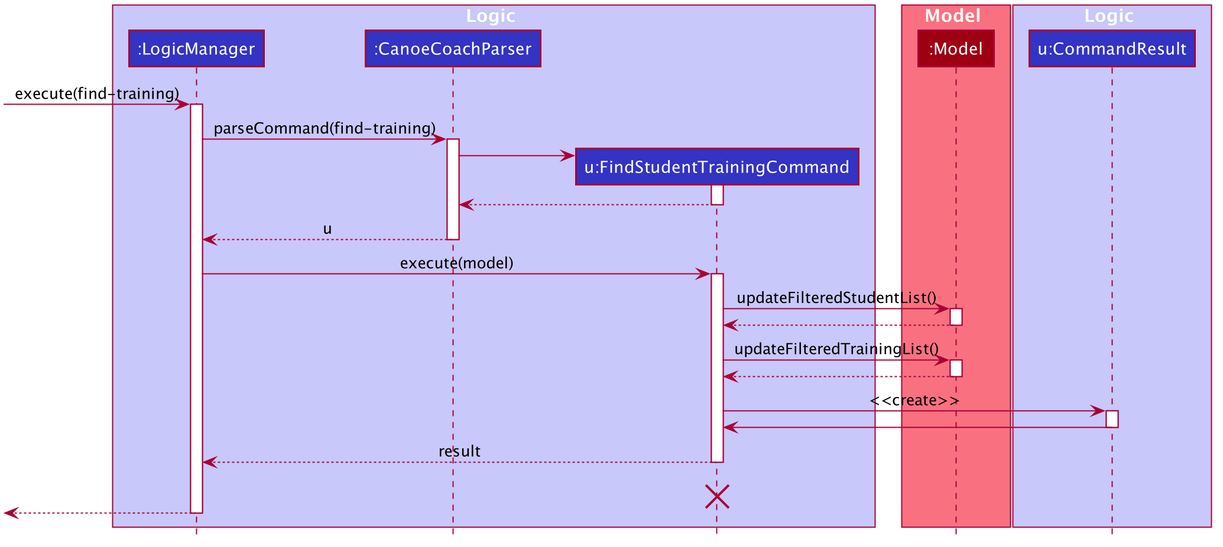
Earlier version of the PlantUML export docs/images/FindTrainingSequenceDiagram.png (sudogene/tp).
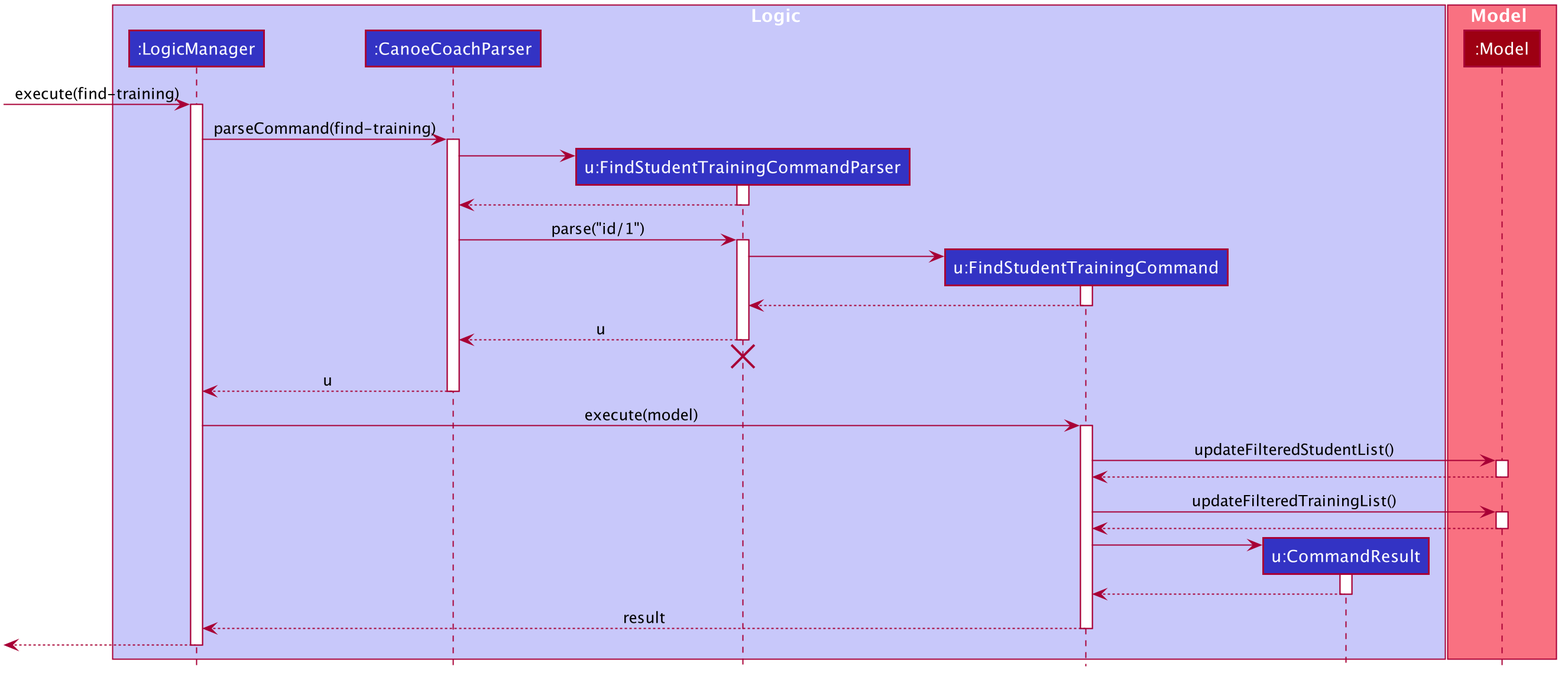
After the change.

Diff of the diagram source:
```diff
@@ -51,15 +51,13 @@
 box Logic #C8C8FA
 participant ":LogicManager" as LogicManager #3333C4
 participant ":CanoeCoachParser" as CanoeCoachParser #3333C4
+participant "u:FindStudentTrainingCommandParser" as FindStudentTrainingCommandParser #3333C4
 participant "u:FindStudentTrainingCommand" as FindStudentTrainingCommand #3333C4
+participant "u:CommandResult" as CommandResult #3333C4
 end box
 
 box Model #F97181
 participant ":Model" as Model #9D0012
-end box
-
-box Logic #C8C8FA
-participant "u:CommandResult" as CommandResult #3333C4
 end box
 
 [-> LogicManager : execute(find-training)
@@ -68,12 +66,27 @@
 LogicManager -> CanoeCoachParser : parseCommand(find-training)
 activate CanoeCoachParser
 
+create FindStudentTrainingCommandParser
+CanoeCoachParser -> FindStudentTrainingCommandParser
+activate FindStudentTrainingCommandParser
+
+FindStudentTrainingCommandParser --> CanoeCoachParser
+deactivate FindStudentTrainingCommandParser
+
+CanoeCoachParser -> FindStudentTrainingCommandParser : parse("id/1")
+activate FindStudentTrainingCommandParser
+
 create FindStudentTrainingCommand
-CanoeCoachParser -> FindStudentTrainingCommand
+FindStudentTrainingCommandParser -> FindStudentTrainingCommand
 activate FindStudentTrainingCommand
 
-FindStudentTrainingCommand --> CanoeCoachParser
+FindStudentTrainingCommand --> FindStudentTrainingCommandParser
 deactivate FindStudentTrainingCommand
+
+FindStudentTrainingCommandParser --> CanoeCoachParser : u
+deactivate FindStudentTrainingCommandParser
+FindStudentTrainingCommandParser -[hidden]-> CanoeCoachParser
+destroy FindStudentTrainingCommandParser
 
 CanoeCoachParser --> LogicManager : u
 deactivate CanoeCoachParser
@@ -91,15 +104,15 @@
 Model --> FindStudentTrainingCommand
 deactivate Model
 
-FindStudentTrainingCommand -> CommandResult : <<create>>
+create CommandResult
+FindStudentTrainingCommand -> CommandResult
 activate CommandResult
-CommandResult -> FindStudentTrainingCommand
+
+CommandResult --> FindStudentTrainingCommand
 deactivate CommandResult
 
 FindStudentTrainingCommand --> LogicManager : result
 deactivate FindStudentTrainingCommand
-FindStudentTrainingCommand-[hidden]-> LogicManager : result
-destroy FindStudentTrainingCommand
 
 [<--LogicManager
 deactivate LogicManager
```
